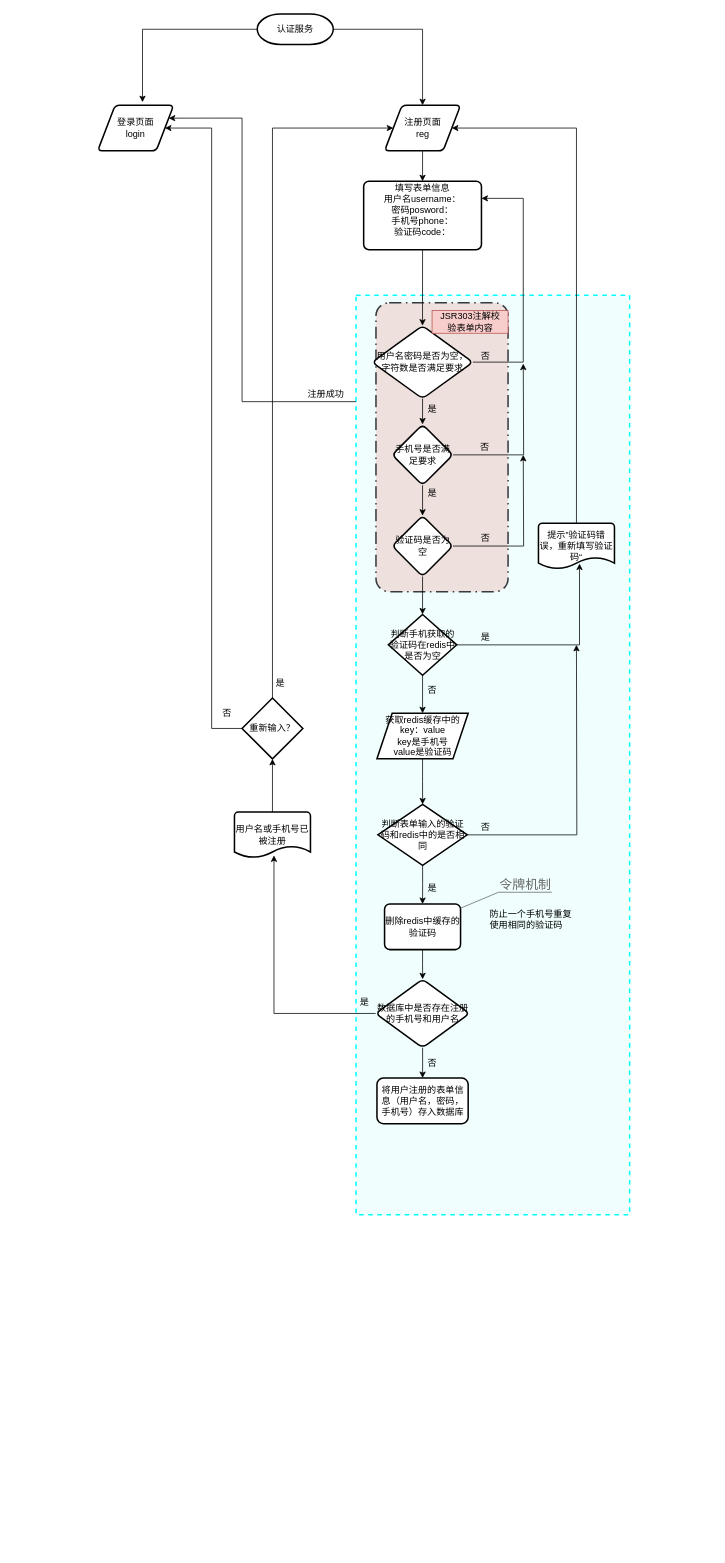
ShilongXu/baozi.github.io keeps this draw.io diagram as 2020/Untitled Diagram.drawio. Above is the earlier version. Source tidied: cells renumbered, new cells numbered last; positions are measured from the earlier drawing's top-left corner, leaving out a move shared by most shapes. Both pictures are drawn from the tidied source at 76%, with x=0, y=0 at pixel (97, 14).
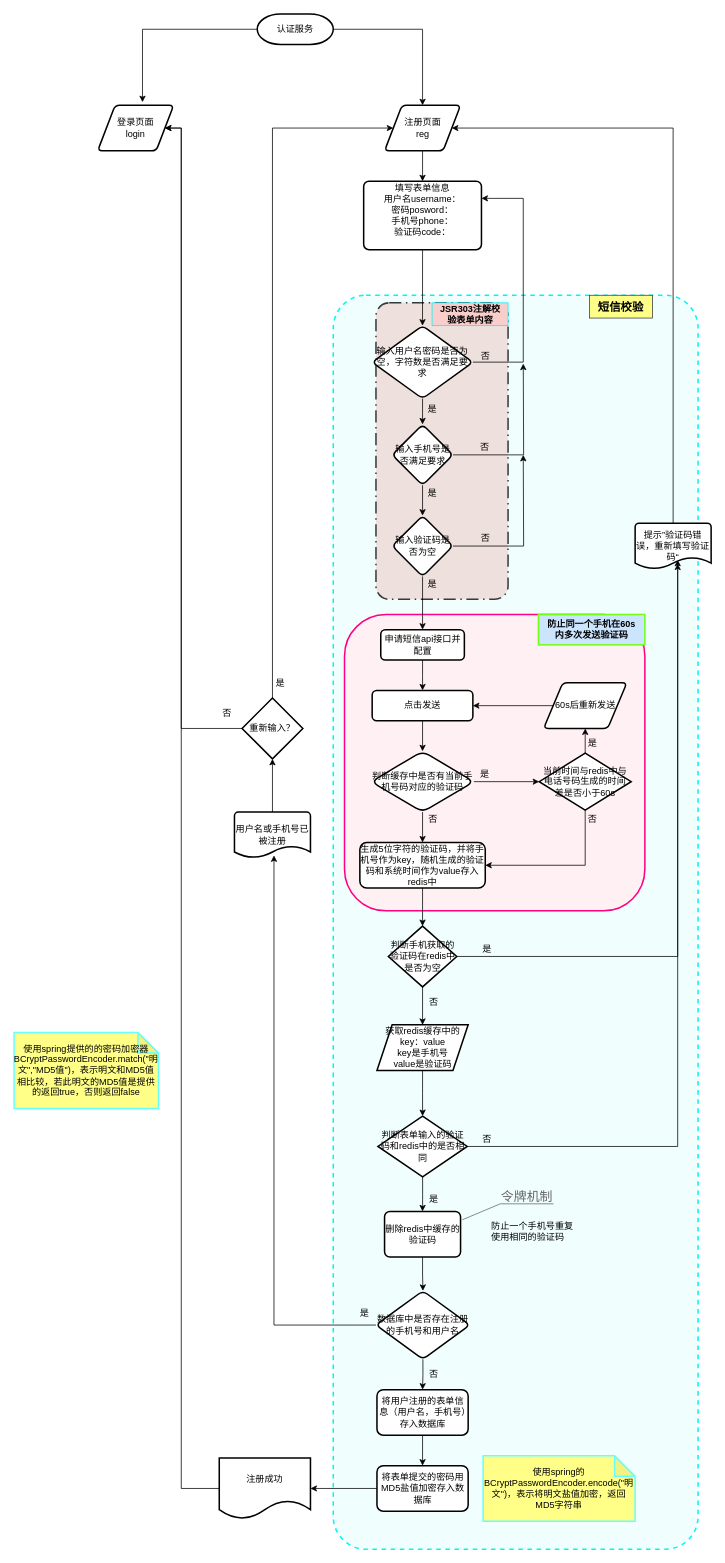
Above is the later version.

Commit message:
短信校验已完成.drawio

The change refers to these unchanged cells:
```xml
<mxCell id="7" value="&lt;div&gt;登录页面&lt;/div&gt;&lt;div&gt;login&lt;/div&gt;" style="shape=parallelogram;html=1;strokeWidth=2;perimeter=parallelogramPerimeter;whiteSpace=wrap;rounded=1;arcSize=12;size=0.23;" parent="1" vertex="1">
  <mxGeometry y="120" width="100" height="60" as="geometry" />
</mxCell>
<mxCell id="9" value="&lt;div&gt;注册页面&lt;/div&gt;&lt;div&gt;reg&lt;br&gt;&lt;/div&gt;" style="shape=parallelogram;html=1;strokeWidth=2;perimeter=parallelogramPerimeter;whiteSpace=wrap;rounded=1;arcSize=12;size=0.23;" parent="1" vertex="1">
  <mxGeometry x="377.5" y="120" width="100" height="60" as="geometry" />
</mxCell>
<mxCell id="56" value="&lt;div&gt;重新输入？&lt;/div&gt;" style="rhombus;whiteSpace=wrap;html=1;rounded=0;strokeWidth=2;glass=0;fillColor=none;" parent="1" vertex="1">
  <mxGeometry x="190" y="900" width="80" height="80" as="geometry" />
</mxCell>
```

What changed in the source:
```diff
@@
-    <mxCell id="2" style="points=[[0.25,0,0],[0.5,0,0],[0.75,0,0],[1,0.25,0],[1,0.5,0],[1,0.75,0],[0.75,1,0],[0.5,1,0],[0.25,1,0],[0,0.75,0],[0,0.5,0],[0,0.25,0]];rounded=0;arcSize=10;dashed=1;strokeWidth=2;glass=0;strokeColor=#00FFFF;fillColor=#F0FFFE;" parent="1" vertex="1">
-      <mxGeometry x="340" y="370" width="360" height="1210" as="geometry" />
+    <mxCell id="2" style="points=[[0.25,0,0],[0.5,0,0],[0.75,0,0],[1,0.25,0],[1,0.5,0],[1,0.75,0],[0.75,1,0],[0.5,1,0],[0.25,1,0],[0,0.75,0],[0,0.5,0],[0,0.25,0]];rounded=1;arcSize=9;dashed=1;strokeWidth=2;glass=0;fillColor=#F0FFFE;strokeColor=#00F5F5;" parent="1" vertex="1">
+      <mxGeometry x="310" y="370" width="480" height="1650" as="geometry" />
     </mxCell>
+    <mxCell id="61" style="rounded=1;whiteSpace=wrap;html=1;glass=0;strokeWidth=2;gradientColor=none;strokeColor=#FF0080;fillColor=#FFF0F3;arcSize=14;" parent="1" vertex="1">
+      <mxGeometry x="324.8" y="790" width="395.2" height="390" as="geometry" />
+    </mxCell>
     <mxCell id="3" style="rounded=1;arcSize=10;dashed=1;strokeColor=#36393d;dashPattern=8 3 1 3;strokeWidth=2;fillColor=#EEE0DD;" parent="1" vertex="1">
-      <mxGeometry x="366.2" y="380" width="173.8" height="380" as="geometry" />
+      <mxGeometry x="366.2" y="380" width="173.8" height="390" as="geometry" />
     </mxCell>
@@
-    <mxCell id="15" value="用户名密码是否为空，字符数是否满足要求" style="rhombus;whiteSpace=wrap;html=1;rounded=1;strokeWidth=2;arcSize=14;" parent="1" vertex="1">
+    <mxCell id="15" value="输入用户名密码是否为空，字符数是否满足要求" style="rhombus;whiteSpace=wrap;html=1;rounded=1;strokeWidth=2;arcSize=14;" parent="1" vertex="1">
       <mxGeometry x="361.2" y="410" width="132.5" height="96" as="geometry" />
     </mxCell>
@@
-    <mxCell id="18" value="&lt;div&gt;手机号是否满足要求&lt;/div&gt;" style="rhombus;whiteSpace=wrap;html=1;rounded=1;strokeWidth=2;arcSize=14;" parent="1" vertex="1">
+    <mxCell id="18" value="&lt;div&gt;输入手机号是否满足要求&lt;/div&gt;" style="rhombus;whiteSpace=wrap;html=1;rounded=1;strokeWidth=2;arcSize=14;" parent="1" vertex="1">
       <mxGeometry x="387.5" y="540" width="80" height="80" as="geometry" />
     </mxCell>
@@
-    <mxCell id="20" style="edgeStyle=orthogonalEdgeStyle;rounded=0;jettySize=auto;html=1;" parent="1" edge="1" source="21" target="34">
-      <mxGeometry relative="1" as="geometry" />
-    </mxCell>
+    <mxCell id="62" style="edgeStyle=orthogonalEdgeStyle;rounded=0;jettySize=auto;html=1;exitX=0.5;exitY=1;exitDx=0;exitDy=0;entryX=0.5;entryY=0;entryDx=0;entryDy=0;fontSize=15;" parent="1" edge="1" source="21" target="70">
+      <mxGeometry relative="1" as="geometry" />
+    </mxCell>
-    <mxCell id="21" value="验证码是否为空" style="rhombus;whiteSpace=wrap;html=1;rounded=1;strokeWidth=2;arcSize=14;" parent="1" vertex="1">
+    <mxCell id="21" value="输入验证码是否为空" style="rhombus;whiteSpace=wrap;html=1;rounded=1;strokeWidth=2;arcSize=14;" parent="1" vertex="1">
       <mxGeometry x="387.5" y="660" width="80" height="80" as="geometry" />
     </mxCell>
@@
-    <mxCell id="27" style="edgeStyle=orthogonalEdgeStyle;rounded=0;jettySize=auto;html=1;entryX=1;entryY=0.25;entryDx=0;entryDy=0;" parent="1" edge="1" source="2" target="7">
-      <mxGeometry relative="1" as="geometry">
-        <Array as="points">
-          <mxPoint x="190" y="510" />
-          <mxPoint x="190" y="137" />
-        </Array>
-      </mxGeometry>
-    </mxCell>
-    <mxCell id="28" value="&lt;div&gt;JSR303注解校&lt;/div&gt;&lt;div&gt;验表单内容&lt;/div&gt;" style="text;html=1;align=center;verticalAlign=middle;strokeColor=#b85450;fillColor=#f8cecc;" parent="1" vertex="1">
-      <mxGeometry x="440" y="390" width="100" height="30" as="geometry" />
+    <mxCell id="28" value="&lt;div&gt;JSR303注解校&lt;/div&gt;&lt;div&gt;验表单内容&lt;/div&gt;" style="text;html=1;align=center;verticalAlign=middle;fillColor=#f8cecc;strokeColor=#00F5F5;fontStyle=1;" parent="1" vertex="1">
+      <mxGeometry x="440" y="380" width="100" height="30" as="geometry" />
     </mxCell>
-    <mxCell id="29" value="注册成功" style="text;html=1;align=center;verticalAlign=middle;points=[];strokeColor=none;" parent="1" vertex="1">
-      <mxGeometry x="270" y="490" width="60" height="20" as="geometry" />
-    </mxCell>
@@
     <mxCell id="31" value="&lt;div&gt;获取redis缓存中的key：value&lt;/div&gt;&lt;div&gt;key是手机号&lt;/div&gt;&lt;div&gt;value是验证码&lt;br&gt;&lt;/div&gt;" style="shape=parallelogram;perimeter=parallelogramPerimeter;whiteSpace=wrap;html=1;fixedSize=1;rounded=0;glass=1;strokeWidth=2;" parent="1" vertex="1">
-      <mxGeometry x="367.5" y="920" width="120" height="60" as="geometry" />
+      <mxGeometry x="367.5" y="1330" width="120" height="60" as="geometry" />
     </mxCell>
@@
-    <mxCell id="33" style="edgeStyle=orthogonalEdgeStyle;rounded=0;jettySize=auto;html=1;exitX=1;exitY=0.5;exitDx=0;exitDy=0;entryX=0.54;entryY=0.883;entryDx=0;entryDy=0;entryPerimeter=0;" parent="1" edge="1" source="34" target="38">
-      <mxGeometry relative="1" as="geometry">
-        <Array as="points">
-          <mxPoint x="634" y="830" />
-        </Array>
-      </mxGeometry>
+    <mxCell id="33" style="edgeStyle=orthogonalEdgeStyle;rounded=0;jettySize=auto;html=1;exitX=1;exitY=0.5;exitDx=0;exitDy=0;entryX=0.56;entryY=0.8;entryDx=0;entryDy=0;entryPerimeter=0;" parent="1" edge="1" source="34" target="38">
+      <mxGeometry relative="1" as="geometry" />
     </mxCell>
     <mxCell id="34" value="判断手机获取的验证码在redis中是否为空" style="rhombus;whiteSpace=wrap;html=1;rounded=0;glass=1;strokeColor=#000000;strokeWidth=2;" parent="1" vertex="1">
-      <mxGeometry x="382.5" y="790" width="90" height="80" as="geometry" />
+      <mxGeometry x="382.5" y="1200" width="90" height="80" as="geometry" />
     </mxCell>
     <mxCell id="35" value="是" style="text;html=1;align=center;verticalAlign=middle;strokeColor=none;" parent="1" vertex="1">
-      <mxGeometry x="495" y="810" width="30" height="20" as="geometry" />
+      <mxGeometry x="497.2" y="1220" width="30" height="20" as="geometry" />
     </mxCell>
     <mxCell id="36" value="否" style="text;html=1;align=center;verticalAlign=middle;strokeColor=none;" parent="1" vertex="1">
-      <mxGeometry x="425" y="880" width="30" height="20" as="geometry" />
+      <mxGeometry x="427.2" y="1290" width="30" height="20" as="geometry" />
     </mxCell>
     <mxCell id="37" style="edgeStyle=orthogonalEdgeStyle;rounded=0;jettySize=auto;html=1;exitX=0.5;exitY=0;exitDx=0;exitDy=0;exitPerimeter=0;entryX=1;entryY=0.5;entryDx=0;entryDy=0;" parent="1" edge="1" source="38" target="9">
       <mxGeometry relative="1" as="geometry">
         <Array as="points">
-          <mxPoint x="630" y="150" />
+          <mxPoint x="757" y="150" />
         </Array>
       </mxGeometry>
     </mxCell>
     <mxCell id="38" value="提示”验证码错误，重新填写验证码“" style="strokeWidth=2;html=1;shape=mxgraph.flowchart.document2;whiteSpace=wrap;size=0.25;rounded=0;glass=1;" parent="1" vertex="1">
-      <mxGeometry x="580" y="670" width="100" height="60" as="geometry" />
+      <mxGeometry x="707.2" y="670" width="100" height="60" as="geometry" />
     </mxCell>
@@
-    <mxCell id="40" style="edgeStyle=orthogonalEdgeStyle;rounded=0;jettySize=auto;html=1;exitX=1;exitY=0.5;exitDx=0;exitDy=0;exitPerimeter=0;" parent="1" edge="1" source="41">
+    <mxCell id="40" style="edgeStyle=orthogonalEdgeStyle;rounded=0;jettySize=auto;html=1;exitX=1;exitY=0.5;exitDx=0;exitDy=0;exitPerimeter=0;entryX=0.56;entryY=0.883;entryDx=0;entryDy=0;entryPerimeter=0;" parent="1" edge="1" source="41" target="38">
       <mxGeometry relative="1" as="geometry">
-        <mxPoint x="630" y="830" as="targetPoint" />
+        <Array as="points">
+          <mxPoint x="763" y="1490" />
+        </Array>
       </mxGeometry>
     </mxCell>
     <mxCell id="41" value="判断表单输入的验证码和redis中的是否相同" style="strokeWidth=2;html=1;shape=mxgraph.flowchart.decision;whiteSpace=wrap;rounded=0;glass=1;" parent="1" vertex="1">
-      <mxGeometry x="368.8" y="1040" width="117.5" height="80" as="geometry" />
+      <mxGeometry x="368.8" y="1450" width="117.5" height="80" as="geometry" />
     </mxCell>
@@
     <mxCell id="43" value="删除redis中缓存的验证码" style="rounded=1;whiteSpace=wrap;html=1;absoluteArcSize=1;arcSize=14;strokeWidth=2;glass=0;fillColor=#FFFFFF;" parent="1" vertex="1">
-      <mxGeometry x="377.5" y="1171" width="100" height="60" as="geometry" />
+      <mxGeometry x="377.5" y="1575.5" width="100" height="60" as="geometry" />
     </mxCell>
     <mxCell id="44" value="是" style="text;html=1;align=center;verticalAlign=middle;strokeColor=none;" parent="1" vertex="1">
-      <mxGeometry x="425" y="1140" width="30" height="20" as="geometry" />
+      <mxGeometry x="427.2" y="1550" width="30" height="20" as="geometry" />
     </mxCell>
     <mxCell id="45" value="否" style="text;html=1;align=center;verticalAlign=middle;strokeColor=none;" parent="1" vertex="1">
-      <mxGeometry x="495" y="1060" width="30" height="20" as="geometry" />
+      <mxGeometry x="497.2" y="1470" width="30" height="20" as="geometry" />
     </mxCell>
     <mxCell id="46" value="防止一个手机号重复&#10;使用相同的验证码" style="text;strokeColor=none;fillColor=none;spacingLeft=4;spacingRight=4;overflow=hidden;fontSize=12;rounded=0;glass=0;" parent="1" vertex="1">
-      <mxGeometry x="510" y="1171" width="145" height="49" as="geometry" />
+      <mxGeometry x="512.2" y="1581" width="145" height="49" as="geometry" />
     </mxCell>
     <mxCell id="47" value="令牌机制" style="strokeWidth=1;shadow=0;dashed=0;align=center;html=1;shape=mxgraph.mockup.text.callout;linkText=;textSize=17;textColor=#666666;callDir=NE;callStyle=line;fontSize=17;fontColor=#666666;align=right;verticalAlign=top;strokeColor=#666666;rounded=0;glass=0;fillColor=#EEE0DD;gradientColor=none;" parent="1" vertex="1">
-      <mxGeometry x="477.5" y="1130" width="120" height="46.5" as="geometry" />
+      <mxGeometry x="479.8" y="1540" width="120" height="46.5" as="geometry" />
     </mxCell>
+    <mxCell id="63" style="edgeStyle=orthogonalEdgeStyle;rounded=0;jettySize=auto;html=1;" parent="1" edge="1" source="48" target="65">
+      <mxGeometry relative="1" as="geometry" />
+    </mxCell>
-    <mxCell id="48" value="将用户注册的表单信息（用户名，密码，手机号）存入数据库" style="rounded=1;whiteSpace=wrap;html=1;strokeWidth=2;fillColor=#FFFFFF;glass=0;arcSize=14;" parent="1" vertex="1">
-      <mxGeometry x="367.5" y="1400" width="120" height="60" as="geometry" />
+    <mxCell id="48" value="将用户注册的表单信息（用户名，手机号）存入数据库" style="rounded=1;whiteSpace=wrap;html=1;strokeWidth=2;fillColor=#FFFFFF;glass=0;arcSize=14;" parent="1" vertex="1">
+      <mxGeometry x="367.5" y="1810" width="120" height="60" as="geometry" />
     </mxCell>
@@
     <mxCell id="51" value="数据库中是否存在注册的手机号和用户名" style="rhombus;whiteSpace=wrap;html=1;rounded=1;strokeWidth=2;fillColor=#FFFFFF;glass=0;arcSize=14;" parent="1" vertex="1">
-      <mxGeometry x="365.8" y="1270" width="123.5" height="90" as="geometry" />
+      <mxGeometry x="366.2" y="1680" width="123.5" height="90" as="geometry" />
     </mxCell>
@@
     <mxCell id="55" style="edgeStyle=orthogonalEdgeStyle;rounded=0;jettySize=auto;html=1;exitX=0;exitY=0.5;exitDx=0;exitDy=0;entryX=1;entryY=0.5;entryDx=0;entryDy=0;" parent="1" edge="1" source="56" target="7">
       <mxGeometry relative="1" as="geometry">
         <Array as="points">
-          <mxPoint x="150" y="940" />
-          <mxPoint x="150" y="150" />
+          <mxPoint x="110" y="940" />
+          <mxPoint x="110" y="150" />
         </Array>
       </mxGeometry>
     </mxCell>
@@
     <mxCell id="59" value="是" style="text;html=1;align=center;verticalAlign=middle;strokeColor=none;" parent="1" vertex="1">
-      <mxGeometry x="335.8" y="1290" width="30" height="20" as="geometry" />
+      <mxGeometry x="336.2" y="1700" width="30" height="20" as="geometry" />
     </mxCell>
     <mxCell id="60" value="否" style="text;html=1;align=center;verticalAlign=middle;strokeColor=none;" parent="1" vertex="1">
-      <mxGeometry x="425" y="1370" width="30" height="20" as="geometry" />
+      <mxGeometry x="427.2" y="1780" width="30" height="20" as="geometry" />
     </mxCell>
+    <mxCell id="64" style="edgeStyle=orthogonalEdgeStyle;rounded=0;jettySize=auto;html=1;exitX=0;exitY=0.5;exitDx=0;exitDy=0;entryX=1;entryY=0.5;entryDx=0;entryDy=0;" parent="1" edge="1" source="65" target="29">
+      <mxGeometry relative="1" as="geometry" />
+    </mxCell>
+    <mxCell id="65" value="将表单提交的密码用MD5盐值加密存入数据库" style="rounded=1;whiteSpace=wrap;html=1;strokeWidth=2;fillColor=#FFFFFF;glass=0;arcSize=14;" parent="1" vertex="1">
+      <mxGeometry x="367.5" y="1910" width="120" height="60" as="geometry" />
+    </mxCell>
+    <mxCell id="66" value="使用spring提供的的密码加密器BCryptPasswordEncoder.match(&quot;明文&quot;,&quot;MD5值&quot;)，表示明文和MD5值相比较，若此明文的MD5值是提供的返回true，否则返回false" style="shape=note;whiteSpace=wrap;html=1;backgroundOutline=1;darkOpacity=0.05;rounded=0;glass=0;strokeWidth=2;fillColor=#ffff88;size=27;strokeColor=#66FFFF;" parent="1" vertex="1">
+      <mxGeometry x="-110" y="1340" width="190" height="100" as="geometry" />
+    </mxCell>
+    <mxCell id="67" value="使用spring的BCryptPasswordEncoder.encode(&quot;明文&quot;)，表示将明文盐值加密，返回MD5字符串" style="shape=note;whiteSpace=wrap;html=1;backgroundOutline=1;darkOpacity=0.05;rounded=0;glass=0;strokeWidth=2;fillColor=#ffff88;size=27;strokeColor=#66FFFF;" parent="1" vertex="1">
+      <mxGeometry x="507.2" y="1897" width="200" height="86" as="geometry" />
+    </mxCell>
+    <mxCell id="68" value="短信校验" style="text;html=1;strokeColor=#36393d;fillColor=#ffff88;align=center;verticalAlign=middle;whiteSpace=wrap;rounded=0;glass=0;fontSize=15;fontStyle=1;" parent="1" vertex="1">
+      <mxGeometry x="647.2" y="370" width="82.8" height="30" as="geometry" />
+    </mxCell>
+    <mxCell id="69" style="edgeStyle=orthogonalEdgeStyle;rounded=0;jettySize=auto;html=1;" parent="1" edge="1" source="70" target="72">
+      <mxGeometry relative="1" as="geometry" />
+    </mxCell>
+    <mxCell id="70" value="申请短信api接口并配置" style="rounded=1;whiteSpace=wrap;html=1;glass=0;strokeWidth=2;" parent="1" vertex="1">
+      <mxGeometry x="372.5" y="810" width="110" height="40" as="geometry" />
+    </mxCell>
+    <mxCell id="71" style="edgeStyle=orthogonalEdgeStyle;rounded=0;jettySize=auto;html=1;" parent="1" edge="1" source="72" target="74">
+      <mxGeometry relative="1" as="geometry" />
+    </mxCell>
+    <mxCell id="72" value="点击发送" style="rounded=1;whiteSpace=wrap;html=1;strokeWidth=2;glass=0;" parent="1" vertex="1">
+      <mxGeometry x="361.2" y="890" width="132.5" height="40" as="geometry" />
+    </mxCell>
+    <mxCell id="73" style="edgeStyle=orthogonalEdgeStyle;rounded=0;jettySize=auto;html=1;" parent="1" edge="1" source="74" target="76">
+      <mxGeometry relative="1" as="geometry" />
+    </mxCell>
+    <mxCell id="74" value="判断缓存中是否有当前手机号码对应的验证码" style="rhombus;whiteSpace=wrap;html=1;rounded=1;strokeWidth=2;glass=0;" parent="1" vertex="1">
+      <mxGeometry x="360" y="970" width="135" height="80" as="geometry" />
+    </mxCell>
+    <mxCell id="75" style="edgeStyle=orthogonalEdgeStyle;rounded=0;jettySize=auto;html=1;exitX=0.5;exitY=1;exitDx=0;exitDy=0;entryX=0.5;entryY=0;entryDx=0;entryDy=0;" parent="1" edge="1" source="76" target="34">
+      <mxGeometry relative="1" as="geometry" />
+    </mxCell>
+    <mxCell id="76" value="生成5位字符的验证码，并将手机号作为key，随机生成的验证码和系统时间作为value存入redis中" style="whiteSpace=wrap;html=1;rounded=1;strokeWidth=2;glass=0;" parent="1" vertex="1">
+      <mxGeometry x="345" y="1090" width="165" height="60" as="geometry" />
+    </mxCell>
+    <mxCell id="77" value="否" style="text;html=1;align=center;verticalAlign=middle;strokeColor=none;" parent="1" vertex="1">
+      <mxGeometry x="426" y="1050" width="30" height="20" as="geometry" />
+    </mxCell>
+    <mxCell id="78" style="edgeStyle=orthogonalEdgeStyle;rounded=0;jettySize=auto;html=1;exitX=1;exitY=0.5;exitDx=0;exitDy=0;" parent="1" edge="1" source="74" target="82">
+      <mxGeometry relative="1" as="geometry" />
+    </mxCell>
+    <mxCell id="79" value="是" style="text;html=1;align=center;verticalAlign=middle;strokeColor=none;" parent="1" vertex="1">
+      <mxGeometry x="493.5" y="990" width="30" height="20" as="geometry" />
+    </mxCell>
+    <mxCell id="80" style="edgeStyle=orthogonalEdgeStyle;rounded=0;jettySize=auto;html=1;" parent="1" edge="1" source="82" target="84">
+      <mxGeometry relative="1" as="geometry" />
+    </mxCell>
+    <mxCell id="81" style="edgeStyle=orthogonalEdgeStyle;rounded=0;jettySize=auto;html=1;exitX=0.5;exitY=1;exitDx=0;exitDy=0;entryX=1;entryY=0.5;entryDx=0;entryDy=0;" parent="1" edge="1" source="82" target="76">
+      <mxGeometry relative="1" as="geometry" />
+    </mxCell>
+    <mxCell id="82" value="当前时间与redis中与电话号码生成的时间差是否小于60s" style="rhombus;whiteSpace=wrap;html=1;rounded=0;glass=0;strokeColor=#000000;strokeWidth=2;gradientColor=none;" parent="1" vertex="1">
+      <mxGeometry x="581" y="972.5" width="121" height="75" as="geometry" />
+    </mxCell>
+    <mxCell id="83" style="edgeStyle=orthogonalEdgeStyle;rounded=0;jettySize=auto;html=1;exitX=0;exitY=0.5;exitDx=0;exitDy=0;entryX=1;entryY=0.5;entryDx=0;entryDy=0;" parent="1" edge="1" source="84" target="72">
+      <mxGeometry relative="1" as="geometry" />
+    </mxCell>
+    <mxCell id="84" value="60s后重新发送" style="shape=parallelogram;html=1;strokeWidth=2;perimeter=parallelogramPerimeter;whiteSpace=wrap;rounded=1;arcSize=12;size=0.23;glass=0;gradientColor=none;" parent="1" vertex="1">
+      <mxGeometry x="586.8" y="880" width="109.5" height="60" as="geometry" />
+    </mxCell>
+    <mxCell id="85" value="是" style="text;html=1;align=center;verticalAlign=middle;strokeColor=none;" parent="1" vertex="1">
+      <mxGeometry x="636" y="950" width="30" height="20" as="geometry" />
+    </mxCell>
+    <mxCell id="86" value="否" style="text;html=1;align=center;verticalAlign=middle;strokeColor=none;" parent="1" vertex="1">
+      <mxGeometry x="636" y="1050" width="30" height="20" as="geometry" />
+    </mxCell>
+    <mxCell id="87" style="edgeStyle=orthogonalEdgeStyle;rounded=0;jettySize=auto;html=1;exitX=0;exitY=0.5;exitDx=0;exitDy=0;entryX=1;entryY=0.5;entryDx=0;entryDy=0;" parent="1" edge="1" source="29" target="7">
+      <mxGeometry relative="1" as="geometry">
+        <Array as="points">
+          <mxPoint x="110" y="1940" />
+          <mxPoint x="110" y="150" />
+        </Array>
+      </mxGeometry>
+    </mxCell>
+    <mxCell id="29" value="注册成功" style="shape=document;whiteSpace=wrap;html=1;boundedLbl=1;rounded=0;glass=0;strokeColor=#000000;strokeWidth=2;fillColor=#ffffff;gradientColor=none;" parent="1" vertex="1">
+      <mxGeometry x="160" y="1900" width="120" height="80" as="geometry" />
+    </mxCell>
+    <mxCell id="88" value="&lt;div&gt;防止同一个手机在60s&lt;/div&gt;&lt;div&gt;内多次发送验证码&lt;/div&gt;" style="rounded=0;whiteSpace=wrap;html=1;glass=0;strokeWidth=2;fillColor=#cce5ff;fontStyle=1;strokeColor=#71FF12;" parent="1" vertex="1">
+      <mxGeometry x="580" y="790" width="140" height="40" as="geometry" />
+    </mxCell>
+    <mxCell id="89" value="是" style="text;html=1;align=center;verticalAlign=middle;strokeColor=none;fontSize=12;" parent="1" vertex="1">
+      <mxGeometry x="425" y="740" width="30" height="20" as="geometry" />
+    </mxCell>
```
